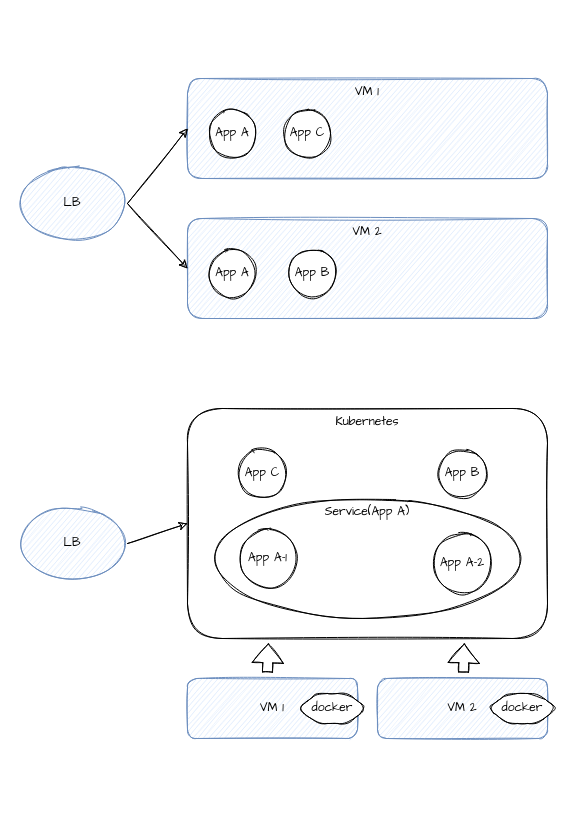
Earlier version of the draw.io diagram k8s.drawio (chankamlam/demo). Source tidied: cells renumbered, new cells numbered last; positions are measured from the earlier drawing's top-left corner, leaving out a move shared by most shapes. Both pictures are drawn from the tidied source at 100%, with x=0, y=0 at pixel (17, 78).
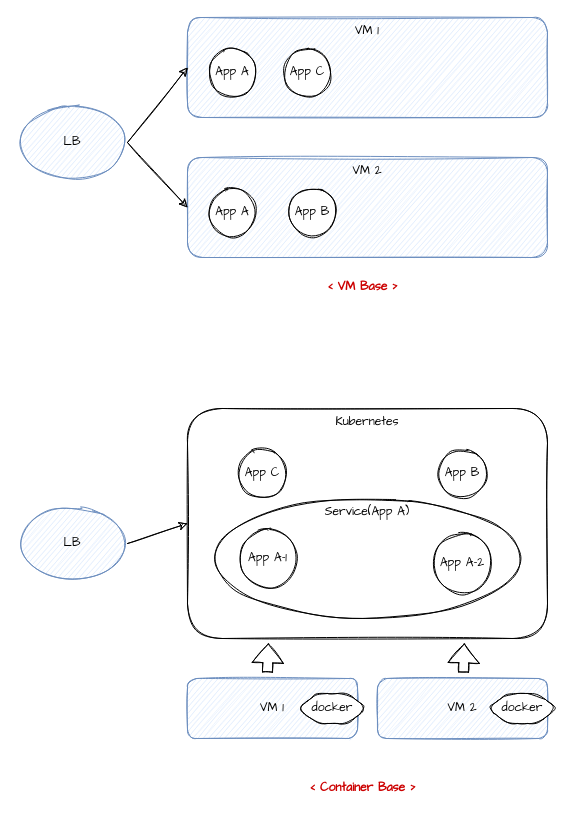
The same page after the edit.

The edit, as a diff of the source:
```diff
@@
     <mxCell id="2" value="LB" style="ellipse;whiteSpace=wrap;html=1;sketch=1;rounded=1;fontFamily=Comic Sans MS;fillColor=#dae8fc;strokeColor=#6c8ebf;" parent="1" vertex="1">
-      <mxGeometry y="90" width="110" height="70" as="geometry" />
+      <mxGeometry y="29" width="110" height="70" as="geometry" />
     </mxCell>
     <mxCell id="3" value="VM 1" style="whiteSpace=wrap;html=1;verticalAlign=top;sketch=1;rounded=1;fillColor=#dae8fc;strokeColor=#6c8ebf;fontFamily=Comic Sans MS;" parent="1" vertex="1">
-      <mxGeometry x="170" width="360" height="100" as="geometry" />
+      <mxGeometry x="170" y="-61" width="360" height="100" as="geometry" />
     </mxCell>
     <mxCell id="4" value="VM 2" style="whiteSpace=wrap;html=1;verticalAlign=top;sketch=1;rounded=1;fillColor=#dae8fc;strokeColor=#6c8ebf;fontFamily=Comic Sans MS;" parent="1" vertex="1">
-      <mxGeometry x="170" y="140" width="360" height="100" as="geometry" />
+      <mxGeometry x="170" y="79" width="360" height="100" as="geometry" />
     </mxCell>
     <mxCell id="5" value="App A" style="ellipse;whiteSpace=wrap;html=1;verticalAlign=middle;sketch=1;rounded=1;fontFamily=Comic Sans MS;" parent="1" vertex="1">
-      <mxGeometry x="190" y="170" width="50" height="50" as="geometry" />
+      <mxGeometry x="190" y="109" width="50" height="50" as="geometry" />
     </mxCell>
     <mxCell id="6" value="App A" style="ellipse;whiteSpace=wrap;html=1;verticalAlign=middle;sketch=1;rounded=1;fontFamily=Comic Sans MS;" parent="1" vertex="1">
-      <mxGeometry x="190" y="30" width="50" height="50" as="geometry" />
+      <mxGeometry x="190" y="-31" width="50" height="50" as="geometry" />
     </mxCell>
     <mxCell id="7" value="App B" style="ellipse;whiteSpace=wrap;html=1;verticalAlign=middle;sketch=1;rounded=1;fontFamily=Comic Sans MS;" parent="1" vertex="1">
-      <mxGeometry x="270" y="170" width="50" height="50" as="geometry" />
+      <mxGeometry x="270" y="109" width="50" height="50" as="geometry" />
     </mxCell>
@@
     <mxCell id="9" style="endArrow=classic;html=1;rounded=1;sketch=1;exitX=1;exitY=0.5;exitDx=0;exitDy=0;fontFamily=Comic Sans MS;" parent="1" edge="1" source="2">
       <mxGeometry relative="1" as="geometry">
-        <mxPoint x="170" y="50" as="targetPoint" />
+        <mxPoint x="170" y="-11" as="targetPoint" />
       </mxGeometry>
     </mxCell>
@@
     <mxCell id="12" value="App C" style="ellipse;whiteSpace=wrap;html=1;verticalAlign=middle;sketch=1;rounded=1;fontFamily=Comic Sans MS;" parent="1" vertex="1">
-      <mxGeometry x="265" y="30" width="50" height="50" as="geometry" />
+      <mxGeometry x="265" y="-31" width="50" height="50" as="geometry" />
     </mxCell>
@@
+    <mxCell id="25" value="&amp;lt; VM Base &amp;gt;" style="text;html=1;align=center;verticalAlign=middle;strokeColor=none;fillColor=none;fontFamily=Comic Sans MS;fontStyle=1;fontColor=#CC0000;" parent="1" vertex="1">
+      <mxGeometry x="300" y="199" width="90" height="20" as="geometry" />
+    </mxCell>
+    <mxCell id="26" value="&amp;lt; Container Base &amp;gt;" style="text;html=1;align=center;verticalAlign=middle;strokeColor=none;fillColor=none;fontFamily=Comic Sans MS;fontStyle=1;fontColor=#CC0000;" parent="1" vertex="1">
+      <mxGeometry x="280" y="700" width="130" height="20" as="geometry" />
+    </mxCell>
```
